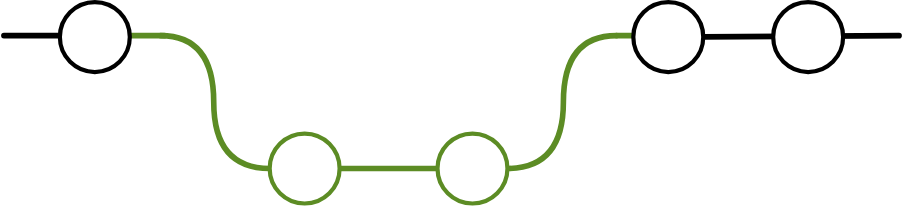
The draw.io diagram images/git-commits.svg in lsf37/website, before a commit. Source tidied: cells renumbered, new cells last; positions are measured from the earlier drawing's top-left corner, leaving out a move shared by most shapes. Source of this version:
```xml
<mxGraphModel>
  <root>
    <mxCell id="0" />
    <mxCell id="1" parent="0" />
    <mxCell id="2" style="endArrow=none;html=1;rounded=0;strokeWidth=4;linecap=round;linejoin=round;strokeColor=light-dark(#5c8c24, #90A1B9);" parent="1" edge="1">
      <mxGeometry relative="1" as="geometry">
        <mxPoint x="438" y="24" as="sourcePoint" />
        <mxPoint x="478" y="24" as="targetPoint" />
      </mxGeometry>
    </mxCell>
    <mxCell id="3" style="endArrow=none;html=1;rounded=0;strokeWidth=4;linecap=round;linejoin=round;strokeColor=light-dark(#5c8c24, #90A1B9);" parent="1" edge="1">
      <mxGeometry relative="1" as="geometry">
        <mxPoint x="55" y="24" as="sourcePoint" />
        <mxPoint x="115" y="24" as="targetPoint" />
      </mxGeometry>
    </mxCell>
    <mxCell id="4" style="endArrow=none;html=1;rounded=0;strokeWidth=4;linecap=round;linejoin=round;strokeColor=light-dark(#000000,#90A1B9);" parent="1" edge="1" source="6">
      <mxGeometry relative="1" as="geometry">
        <mxPoint x="640" y="24" as="targetPoint" />
      </mxGeometry>
    </mxCell>
    <mxCell id="5" style="ellipse;whiteSpace=wrap;html=1;strokeWidth=3;linecap=round;linejoin=round;strokeColor=light-dark(#000000,#90A1B9);fillColor=light-dark(#FFFFFF,#030020);" parent="1" vertex="1">
      <mxGeometry x="550" width="50" height="50" as="geometry" />
    </mxCell>
    <mxCell id="6" style="ellipse;whiteSpace=wrap;html=1;strokeWidth=3;linecap=round;linejoin=round;strokeColor=light-dark(#000000,#90A1B9);fillColor=light-dark(#FFFFFF,#030020);" parent="1" vertex="1">
      <mxGeometry x="450" width="50" height="50" as="geometry" />
    </mxCell>
    <mxCell id="7" style="endArrow=none;html=1;rounded=0;strokeWidth=4;linecap=round;linejoin=round;strokeColor=light-dark(#5C8C24,#96CA4F);" parent="1" edge="1" source="11" target="9">
      <mxGeometry relative="1" as="geometry" />
    </mxCell>
    <mxCell id="8" style="endArrow=none;html=1;rounded=0;strokeWidth=4;linecap=round;linejoin=round;edgeStyle=orthogonalEdgeStyle;curved=1;strokeColor=light-dark(#5C8C24,#96CA4F);" parent="1" edge="1">
      <mxGeometry relative="1" as="geometry">
        <mxPoint x="190" y="119" as="sourcePoint" />
        <mxPoint x="112" y="24" as="targetPoint" />
        <Array as="points">
          <mxPoint x="150" y="119" />
          <mxPoint x="150" y="24" />
        </Array>
      </mxGeometry>
    </mxCell>
    <mxCell id="9" style="ellipse;whiteSpace=wrap;html=1;strokeWidth=3;linecap=round;linejoin=round;strokeColor=light-dark(#5C8C24,#96CA4F);fillColor=light-dark(#FFFFFF,#030020);" parent="1" vertex="1">
      <mxGeometry x="190" y="94" width="50" height="50" as="geometry" />
    </mxCell>
    <mxCell id="10" style="endArrow=none;html=1;rounded=0;strokeWidth=4;linecap=round;linejoin=round;edgeStyle=orthogonalEdgeStyle;curved=1;strokeColor=light-dark(#5C8C24,#96CA4F);" parent="1" edge="1">
      <mxGeometry relative="1" as="geometry">
        <mxPoint x="360" y="119" as="sourcePoint" />
        <mxPoint x="438" y="24" as="targetPoint" />
        <Array as="points">
          <mxPoint x="400" y="119" />
          <mxPoint x="400" y="24" />
        </Array>
      </mxGeometry>
    </mxCell>
    <mxCell id="11" style="ellipse;whiteSpace=wrap;html=1;strokeWidth=3;linecap=round;linejoin=round;strokeColor=light-dark(#5C8C24,#96CA4F);fillColor=light-dark(#FFFFFF,#030020);" parent="1" vertex="1">
      <mxGeometry x="310" y="94" width="50" height="50" as="geometry" />
    </mxCell>
    <mxCell id="12" style="endArrow=none;html=1;rounded=0;strokeWidth=4;linecap=round;linejoin=round;strokeColor=light-dark(#000000,#90A1B9);" parent="1" edge="1">
      <mxGeometry relative="1" as="geometry">
        <mxPoint y="24" as="sourcePoint" />
        <mxPoint x="60" y="24" as="targetPoint" />
      </mxGeometry>
    </mxCell>
    <mxCell id="13" style="ellipse;whiteSpace=wrap;html=1;strokeWidth=3;linecap=round;linejoin=round;strokeColor=light-dark(#000000,#90A1B9);fillColor=light-dark(#FFFFFF,#030020);" parent="1" vertex="1">
      <mxGeometry x="40" width="50" height="50" as="geometry" />
    </mxCell>
  </root>
</mxGraphModel>
```
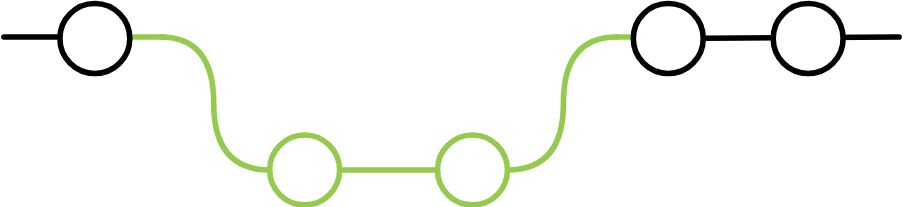
The same file after the commit.

Commit message:
conventions pages: tweak splash diagrams

The edit, as a diff of the source:
```diff
@@ -2,13 +2,13 @@
   <root>
     <mxCell id="0" />
     <mxCell id="1" parent="0" />
-    <mxCell id="2" style="endArrow=none;html=1;rounded=0;strokeWidth=4;linecap=round;linejoin=round;strokeColor=light-dark(#5c8c24, #90A1B9);" parent="1" edge="1">
+    <mxCell id="2" style="endArrow=none;html=1;rounded=0;strokeWidth=4;linecap=round;linejoin=round;strokeColor=light-dark(#96CA4F,#96CA4F);" parent="1" edge="1">
       <mxGeometry relative="1" as="geometry">
         <mxPoint x="438" y="24" as="sourcePoint" />
         <mxPoint x="478" y="24" as="targetPoint" />
       </mxGeometry>
     </mxCell>
-    <mxCell id="3" style="endArrow=none;html=1;rounded=0;strokeWidth=4;linecap=round;linejoin=round;strokeColor=light-dark(#5c8c24, #90A1B9);" parent="1" edge="1">
+    <mxCell id="3" style="endArrow=none;html=1;rounded=0;strokeWidth=4;linecap=round;linejoin=round;strokeColor=light-dark(#96CA4F,#96CA4F);" parent="1" edge="1">
       <mxGeometry relative="1" as="geometry">
         <mxPoint x="55" y="24" as="sourcePoint" />
         <mxPoint x="115" y="24" as="targetPoint" />
@@ -19,16 +19,16 @@
         <mxPoint x="640" y="24" as="targetPoint" />
       </mxGeometry>
     </mxCell>
-    <mxCell id="5" style="ellipse;whiteSpace=wrap;html=1;strokeWidth=3;linecap=round;linejoin=round;strokeColor=light-dark(#000000,#90A1B9);fillColor=light-dark(#FFFFFF,#030020);" parent="1" vertex="1">
+    <mxCell id="5" style="ellipse;whiteSpace=wrap;html=1;strokeWidth=4;linecap=round;linejoin=round;strokeColor=light-dark(#000000,#90A1B9);fillColor=light-dark(#FFFFFF,#030020);" parent="1" vertex="1">
       <mxGeometry x="550" width="50" height="50" as="geometry" />
     </mxCell>
-    <mxCell id="6" style="ellipse;whiteSpace=wrap;html=1;strokeWidth=3;linecap=round;linejoin=round;strokeColor=light-dark(#000000,#90A1B9);fillColor=light-dark(#FFFFFF,#030020);" parent="1" vertex="1">
+    <mxCell id="6" style="ellipse;whiteSpace=wrap;html=1;strokeWidth=4;linecap=round;linejoin=round;strokeColor=light-dark(#000000,#90A1B9);fillColor=light-dark(#FFFFFF,#030020);" parent="1" vertex="1">
       <mxGeometry x="450" width="50" height="50" as="geometry" />
     </mxCell>
-    <mxCell id="7" style="endArrow=none;html=1;rounded=0;strokeWidth=4;linecap=round;linejoin=round;strokeColor=light-dark(#5C8C24,#96CA4F);" parent="1" edge="1" source="11" target="9">
+    <mxCell id="7" style="endArrow=none;html=1;rounded=0;strokeWidth=4;linecap=round;linejoin=round;strokeColor=light-dark(#96CA4F,#96CA4F);" parent="1" edge="1" source="11" target="9">
       <mxGeometry relative="1" as="geometry" />
     </mxCell>
-    <mxCell id="8" style="endArrow=none;html=1;rounded=0;strokeWidth=4;linecap=round;linejoin=round;edgeStyle=orthogonalEdgeStyle;curved=1;strokeColor=light-dark(#5C8C24,#96CA4F);" parent="1" edge="1">
+    <mxCell id="8" style="endArrow=none;html=1;rounded=0;strokeWidth=4;linecap=round;linejoin=round;edgeStyle=orthogonalEdgeStyle;curved=1;strokeColor=light-dark(#96CA4F,#96CA4F);" parent="1" edge="1">
       <mxGeometry relative="1" as="geometry">
         <mxPoint x="190" y="119" as="sourcePoint" />
         <mxPoint x="112" y="24" as="targetPoint" />
@@ -38,10 +38,10 @@
         </Array>
       </mxGeometry>
     </mxCell>
-    <mxCell id="9" style="ellipse;whiteSpace=wrap;html=1;strokeWidth=3;linecap=round;linejoin=round;strokeColor=light-dark(#5C8C24,#96CA4F);fillColor=light-dark(#FFFFFF,#030020);" parent="1" vertex="1">
+    <mxCell id="9" style="ellipse;whiteSpace=wrap;html=1;strokeWidth=4;linecap=round;linejoin=round;strokeColor=light-dark(#96CA4F,#96CA4F);fillColor=light-dark(#FFFFFF,#030020);" parent="1" vertex="1">
       <mxGeometry x="190" y="94" width="50" height="50" as="geometry" />
     </mxCell>
-    <mxCell id="10" style="endArrow=none;html=1;rounded=0;strokeWidth=4;linecap=round;linejoin=round;edgeStyle=orthogonalEdgeStyle;curved=1;strokeColor=light-dark(#5C8C24,#96CA4F);" parent="1" edge="1">
+    <mxCell id="10" style="endArrow=none;html=1;rounded=0;strokeWidth=4;linecap=round;linejoin=round;edgeStyle=orthogonalEdgeStyle;curved=1;strokeColor=light-dark(#96CA4F,#96CA4F);" parent="1" edge="1">
       <mxGeometry relative="1" as="geometry">
         <mxPoint x="360" y="119" as="sourcePoint" />
         <mxPoint x="438" y="24" as="targetPoint" />
@@ -51,7 +51,7 @@
         </Array>
       </mxGeometry>
     </mxCell>
-    <mxCell id="11" style="ellipse;whiteSpace=wrap;html=1;strokeWidth=3;linecap=round;linejoin=round;strokeColor=light-dark(#5C8C24,#96CA4F);fillColor=light-dark(#FFFFFF,#030020);" parent="1" vertex="1">
+    <mxCell id="11" style="ellipse;whiteSpace=wrap;html=1;strokeWidth=4;linecap=round;linejoin=round;strokeColor=light-dark(#96CA4F,#96CA4F);fillColor=light-dark(#FFFFFF,#030020);" parent="1" vertex="1">
       <mxGeometry x="310" y="94" width="50" height="50" as="geometry" />
     </mxCell>
     <mxCell id="12" style="endArrow=none;html=1;rounded=0;strokeWidth=4;linecap=round;linejoin=round;strokeColor=light-dark(#000000,#90A1B9);" parent="1" edge="1">
@@ -60,7 +60,7 @@
         <mxPoint x="60" y="24" as="targetPoint" />
       </mxGeometry>
     </mxCell>
-    <mxCell id="13" style="ellipse;whiteSpace=wrap;html=1;strokeWidth=3;linecap=round;linejoin=round;strokeColor=light-dark(#000000,#90A1B9);fillColor=light-dark(#FFFFFF,#030020);" parent="1" vertex="1">
+    <mxCell id="13" style="ellipse;whiteSpace=wrap;html=1;strokeWidth=4;linecap=round;linejoin=round;strokeColor=light-dark(#000000,#90A1B9);fillColor=light-dark(#FFFFFF,#030020);" parent="1" vertex="1">
       <mxGeometry x="40" width="50" height="50" as="geometry" />
     </mxCell>
   </root>
```
